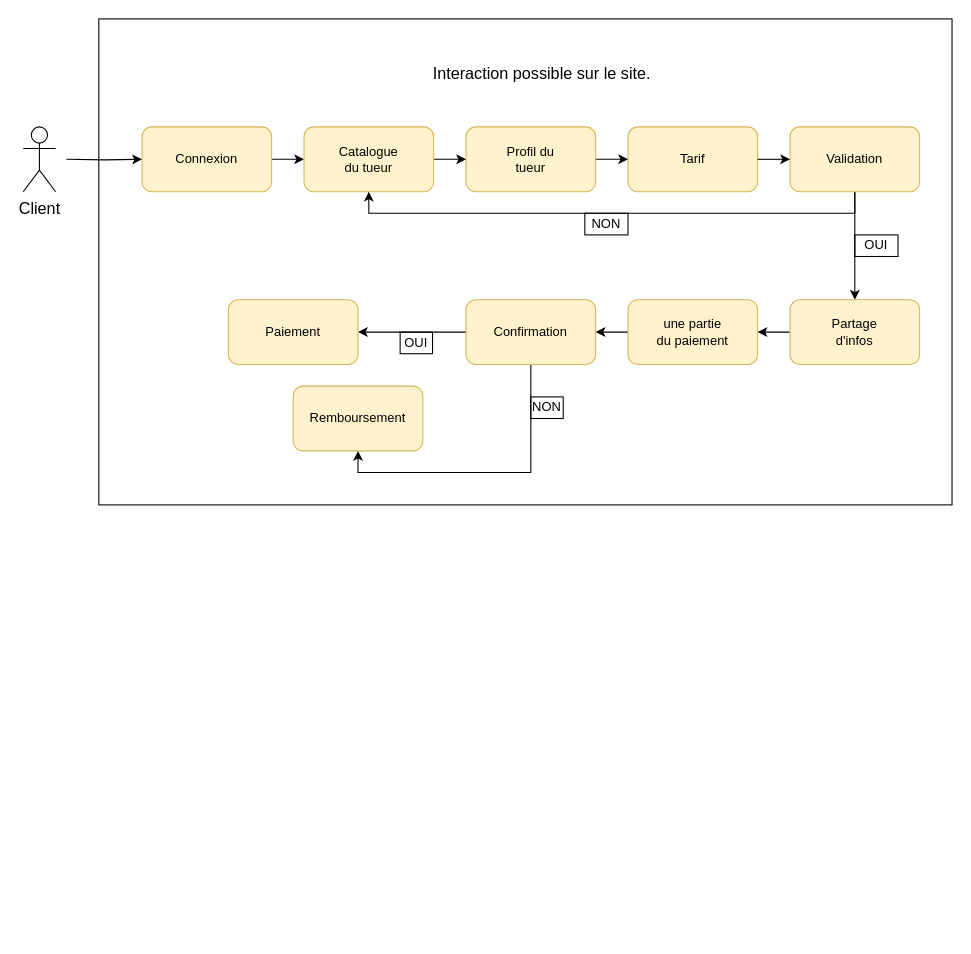
Before: page "Diagramme d'utilisation" (3 of 9) of Diagrams.drawio in Inebhis/uml-project, a draw.io diagram. Source tidied: cells renumbered, new cells numbered last; positions are measured from the earlier drawing's top-left corner, leaving out a move shared by most shapes. Both pictures are drawn from the tidied source at 108%, with x=0, y=0 at pixel (23, 18).
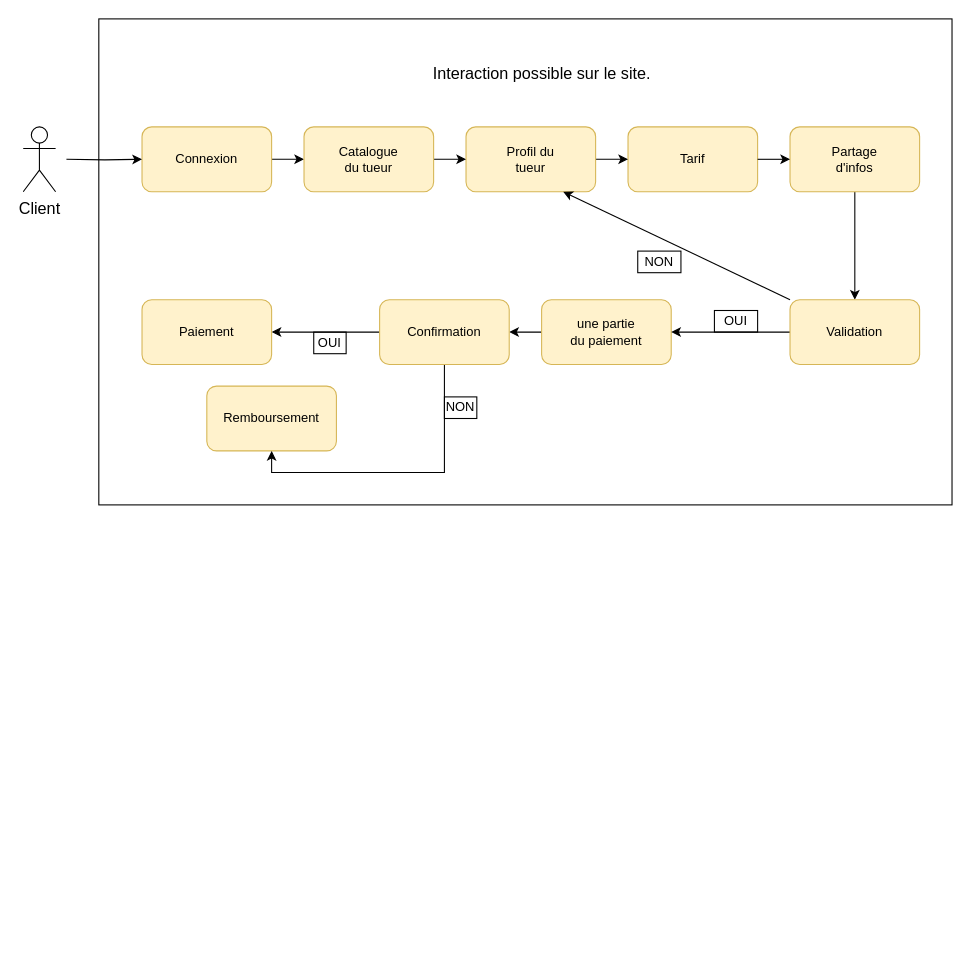
Above is the later version.

Unchanged cells that the change refers to:
```xml
<mxCell id="6" style="rounded=1;whiteSpace=wrap;html=1;fillColor=#fff2cc;strokeColor=#d6b656;" parent="1" vertex="1">
  <mxGeometry x="410" y="100" width="120" height="60" as="geometry" />
</mxCell>
<mxCell id="8" style="rounded=1;whiteSpace=wrap;html=1;fillColor=#fff2cc;strokeColor=#d6b656;" parent="1" vertex="1">
  <mxGeometry x="260" y="100" width="120" height="60" as="geometry" />
</mxCell>
<mxCell id="11" style="rounded=1;whiteSpace=wrap;html=1;fillColor=#fff2cc;strokeColor=#d6b656;" parent="1" vertex="1">
  <mxGeometry x="710" y="100" width="120" height="60" as="geometry" />
</mxCell>
<mxCell id="20" style="rounded=1;whiteSpace=wrap;html=1;fillColor=#fff2cc;strokeColor=#d6b656;" parent="1" vertex="1">
  <mxGeometry x="710" y="260" width="120" height="60" as="geometry" />
</mxCell>
```

Diff of the diagram source:
```diff
@@
+    <mxCell id="38" style="rounded=0;whiteSpace=wrap;html=1;shadow=0;glass=0;sketch=0;gradientColor=#ffffff;fillColor=none;" parent="1" vertex="1">
+      <mxGeometry x="70" width="790" height="450" as="geometry" />
+    </mxCell>
@@
-    <mxCell id="10" style="edgeStyle=orthogonalEdgeStyle;rounded=0;jettySize=auto;html=1;exitX=0.5;exitY=1;exitDx=0;exitDy=0;entryX=0.5;entryY=1;entryDx=0;entryDy=0;" parent="1" edge="1" source="11" target="8">
-      <mxGeometry relative="1" as="geometry" />
-    </mxCell>
@@
     <mxCell id="12" style="rounded=1;whiteSpace=wrap;html=1;fillColor=#fff2cc;strokeColor=#d6b656;" parent="1" vertex="1">
-      <mxGeometry x="250" y="340" width="120" height="60" as="geometry" />
+      <mxGeometry x="170" y="340" width="120" height="60" as="geometry" />
     </mxCell>
@@
     <mxCell id="14" style="rounded=1;whiteSpace=wrap;html=1;fillColor=#fff2cc;strokeColor=#d6b656;" parent="1" vertex="1">
-      <mxGeometry x="560" y="260" width="120" height="60" as="geometry" />
+      <mxGeometry x="480" y="260" width="120" height="60" as="geometry" />
     </mxCell>
@@
     <mxCell id="17" style="rounded=1;whiteSpace=wrap;html=1;fillColor=#fff2cc;strokeColor=#d6b656;" parent="1" vertex="1">
-      <mxGeometry x="410" y="260" width="120" height="60" as="geometry" />
+      <mxGeometry x="330" y="260" width="120" height="60" as="geometry" />
     </mxCell>
     <mxCell id="18" style="rounded=1;whiteSpace=wrap;html=1;fillColor=#fff2cc;strokeColor=#d6b656;" parent="1" vertex="1">
-      <mxGeometry x="190" y="260" width="120" height="60" as="geometry" />
+      <mxGeometry x="110" y="260" width="120" height="60" as="geometry" />
     </mxCell>
@@
     <mxCell id="24" value="&lt;div&gt;une partie du paiement&lt;/div&gt;" style="text;html=1;strokeColor=none;fillColor=none;align=center;verticalAlign=middle;whiteSpace=wrap;rounded=0;" parent="1" vertex="1">
-      <mxGeometry x="585" y="280" width="70" height="20" as="geometry" />
+      <mxGeometry x="505" y="280" width="70" height="20" as="geometry" />
     </mxCell>
     <mxCell id="25" value="Confirmation" style="text;html=1;strokeColor=none;fillColor=none;align=center;verticalAlign=middle;whiteSpace=wrap;rounded=0;" parent="1" vertex="1">
-      <mxGeometry x="450" y="280" width="40" height="20" as="geometry" />
+      <mxGeometry x="370" y="280" width="40" height="20" as="geometry" />
     </mxCell>
     <mxCell id="26" value="Paiement" style="text;html=1;strokeColor=none;fillColor=none;align=center;verticalAlign=middle;whiteSpace=wrap;rounded=0;" parent="1" vertex="1">
-      <mxGeometry x="230" y="280" width="40" height="20" as="geometry" />
+      <mxGeometry x="150" y="280" width="40" height="20" as="geometry" />
     </mxCell>
     <mxCell id="27" value="Remboursement" style="text;html=1;strokeColor=none;fillColor=none;align=center;verticalAlign=middle;whiteSpace=wrap;rounded=0;" parent="1" vertex="1">
-      <mxGeometry x="290" y="360" width="40" height="20" as="geometry" />
+      <mxGeometry x="210" y="360" width="40" height="20" as="geometry" />
     </mxCell>
-    <mxCell id="28" value="Validation" style="text;html=1;strokeColor=none;fillColor=none;align=center;verticalAlign=middle;whiteSpace=wrap;rounded=0;" parent="1" vertex="1">
-      <mxGeometry x="750" y="120" width="40" height="20" as="geometry" />
-    </mxCell>
@@
-    <mxCell id="32" value="Partage d'infos" style="text;html=1;strokeColor=none;fillColor=none;align=center;verticalAlign=middle;whiteSpace=wrap;rounded=0;" parent="1" vertex="1">
+    <mxCell id="32" value="Validation" style="text;html=1;strokeColor=none;fillColor=none;align=center;verticalAlign=middle;whiteSpace=wrap;rounded=0;" parent="1" vertex="1">
       <mxGeometry x="750" y="280" width="40" height="20" as="geometry" />
     </mxCell>
     <mxCell id="33" value="NON" style="text;html=1;fillColor=none;align=center;verticalAlign=middle;whiteSpace=wrap;rounded=0;strokeColor=#000000;" parent="1" vertex="1">
-      <mxGeometry x="520" y="180" width="40" height="20" as="geometry" />
+      <mxGeometry x="569" y="215" width="40" height="20" as="geometry" />
     </mxCell>
     <mxCell id="34" value="OUI" style="text;html=1;fillColor=none;align=center;verticalAlign=middle;whiteSpace=wrap;rounded=0;strokeColor=#000000;" parent="1" vertex="1">
-      <mxGeometry x="770" y="200" width="40" height="20" as="geometry" />
+      <mxGeometry x="640" y="270" width="40" height="20" as="geometry" />
     </mxCell>
     <mxCell id="35" value="OUI" style="text;html=1;fillColor=none;align=center;verticalAlign=middle;whiteSpace=wrap;rounded=0;strokeColor=#000000;" parent="1" vertex="1">
-      <mxGeometry x="349" y="290" width="30" height="20" as="geometry" />
+      <mxGeometry x="269" y="290" width="30" height="20" as="geometry" />
     </mxCell>
     <mxCell id="36" value="NON" style="text;html=1;fillColor=none;align=center;verticalAlign=middle;whiteSpace=wrap;rounded=0;strokeColor=#000000;" parent="1" vertex="1">
-      <mxGeometry x="470" y="350" width="30" height="20" as="geometry" />
+      <mxGeometry x="390" y="350" width="30" height="20" as="geometry" />
     </mxCell>
     <mxCell id="37" style="edgeStyle=orthogonalEdgeStyle;rounded=0;orthogonalLoop=1;jettySize=auto;html=1;exitX=0.5;exitY=1;exitDx=0;exitDy=0;" parent="1" edge="1">
       <mxGeometry relative="1" as="geometry">
-        <mxPoint x="410" y="730" as="sourcePoint" />
-        <mxPoint x="410" y="730" as="targetPoint" />
+        <mxPoint x="360" y="840" as="sourcePoint" />
+        <mxPoint x="360" y="840" as="targetPoint" />
       </mxGeometry>
     </mxCell>
-    <mxCell id="38" style="rounded=0;whiteSpace=wrap;html=1;shadow=0;glass=0;sketch=0;gradientColor=#ffffff;fillColor=none;" parent="1" vertex="1">
-      <mxGeometry x="70" width="790" height="450" as="geometry" />
-    </mxCell>
@@
+    <mxCell id="41" value="Partage d'infos" style="text;html=1;strokeColor=none;fillColor=none;align=center;verticalAlign=middle;whiteSpace=wrap;rounded=0;" parent="1" vertex="1">
+      <mxGeometry x="750" y="120" width="40" height="20" as="geometry" />
+    </mxCell>
+    <mxCell id="42" style="endArrow=classic;html=1;exitX=0;exitY=0;exitDx=0;exitDy=0;entryX=0.75;entryY=1;entryDx=0;entryDy=0;" parent="1" edge="1" source="20" target="6">
+      <mxGeometry relative="1" as="geometry" />
+    </mxCell>
```
